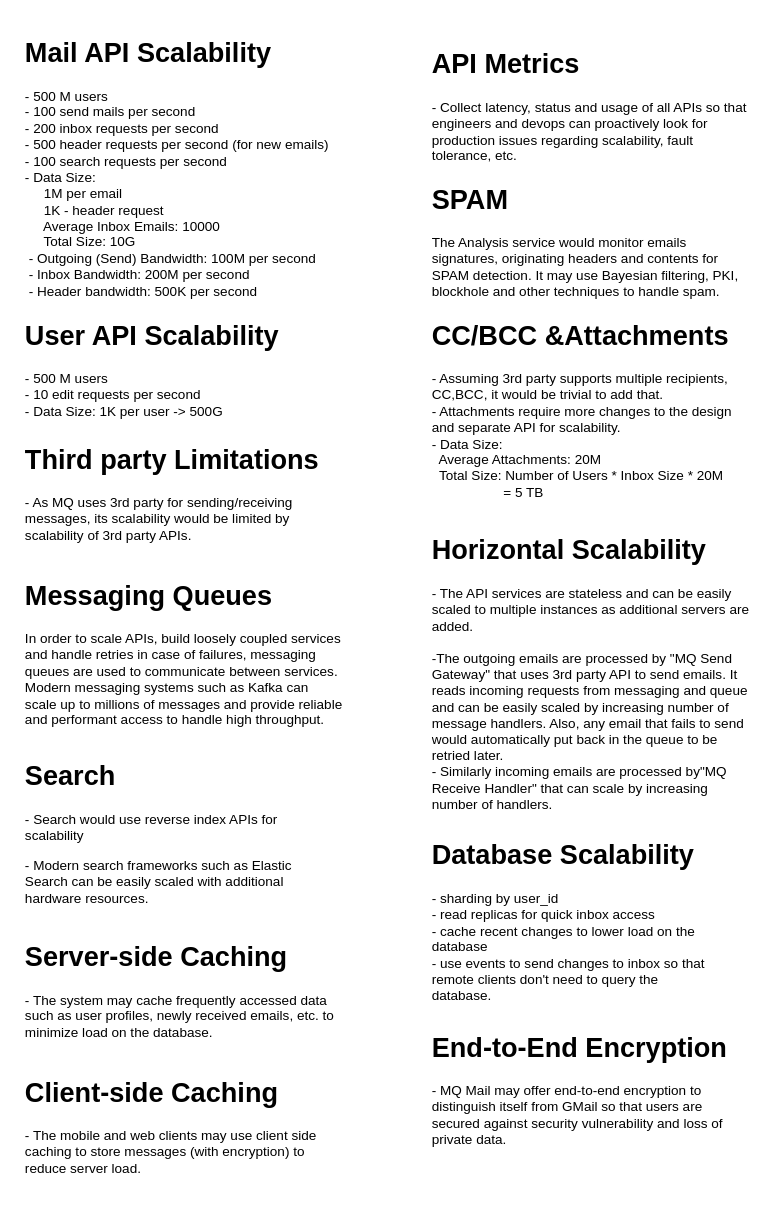
This is page "Scalability" (4 of 4) of MQ Mail.drawio from bhatti/Aeron, a draw.io file, before an edit. Source tidied: cells renumbered, new cells numbered last; positions are measured from the earlier drawing's top-left corner, leaving out a move shared by most shapes. Both pictures are drawn from the tidied source at 113%, with x=0, y=0 at pixel (19, 31).
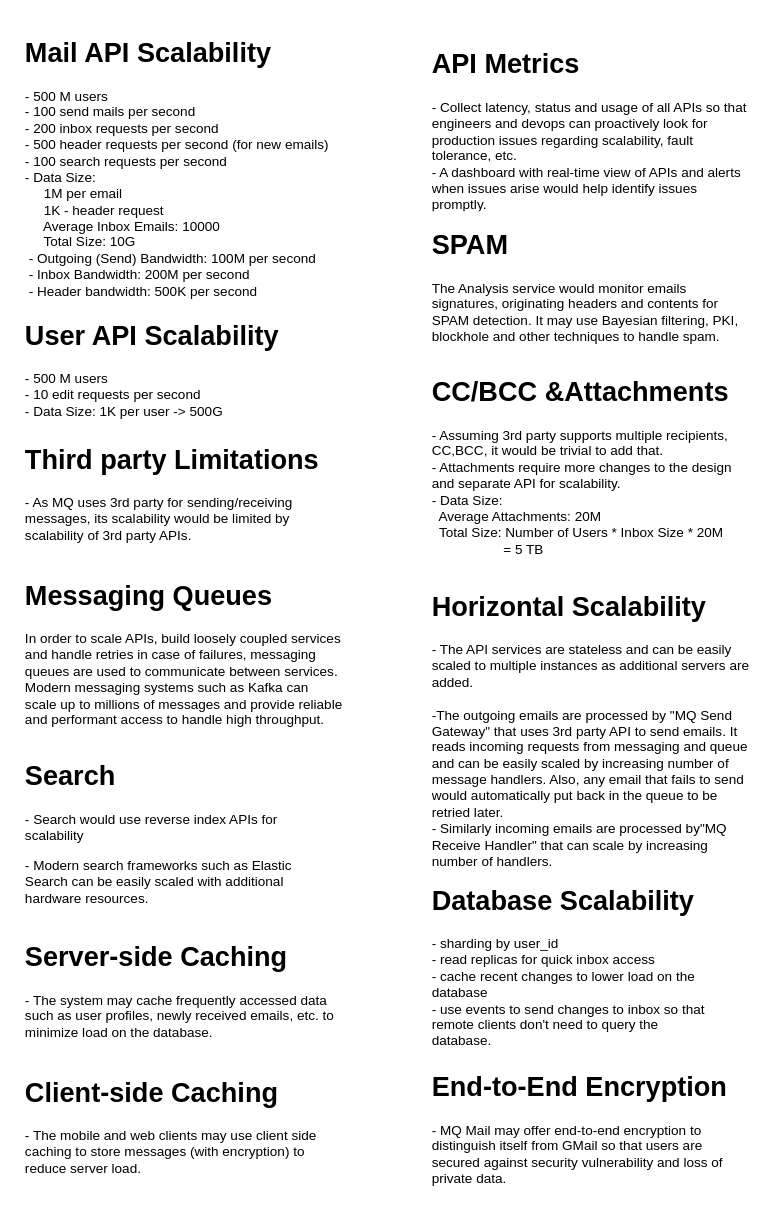
The same page after the edit.

Change to the diagram source:
```diff
@@
 <mxGraphModel>
   <root>
     <mxCell id="0" />
     <mxCell id="1" parent="0" />
     <mxCell id="2" value="&lt;h1&gt;Third party Limitations&lt;br&gt;&lt;/h1&gt;- As MQ uses 3rd party for sending/receiving messages, its scalability would be limited by scalability of 3rd party APIs." style="text;html=1;strokeColor=none;fillColor=none;spacing=5;spacingTop=-20;whiteSpace=wrap;overflow=hidden;rounded=0;" parent="1" vertex="1">
       <mxGeometry y="360" width="290" height="110" as="geometry" />
     </mxCell>
     <mxCell id="3" value="&lt;h1&gt;Messaging Queues&lt;br&gt;&lt;/h1&gt;In order to scale APIs, build loosely coupled services and handle retries in case of failures, messaging queues are used to communicate between services. Modern messaging systems such as Kafka can scale up to millions of messages and provide reliable and performant access to handle high throughput." style="text;html=1;strokeColor=none;fillColor=none;spacing=5;spacingTop=-20;whiteSpace=wrap;overflow=hidden;rounded=0;" parent="1" vertex="1">
       <mxGeometry y="480" width="290" height="140" as="geometry" />
     </mxCell>
     <mxCell id="4" value="&lt;h1&gt;SPAM&lt;br&gt;&lt;/h1&gt;The Analysis service would monitor emails signatures, originating headers and contents for SPAM detection. It may use Bayesian filtering, PKI, blockhole and other techniques to handle spam." style="text;html=1;strokeColor=none;fillColor=none;spacing=5;spacingTop=-20;whiteSpace=wrap;overflow=hidden;rounded=0;" parent="1" vertex="1">
-      <mxGeometry x="360" y="130" width="290" height="120" as="geometry" />
+      <mxGeometry x="360" y="170" width="290" height="120" as="geometry" />
     </mxCell>
     <mxCell id="5" value="&lt;h1&gt;Mail API Scalability&lt;br&gt;&lt;/h1&gt;&lt;div&gt;- 500 M users&lt;/div&gt;&lt;div&gt;- 100 send mails per second&lt;/div&gt;&lt;div&gt;- 200 inbox requests per second&lt;br&gt;&lt;/div&gt;&lt;div&gt;- 500 header requests per second (for new emails)&lt;/div&gt;&lt;div&gt;- 100 search requests per second&lt;/div&gt;&lt;div&gt;- Data Size: &lt;br&gt;&amp;nbsp;&amp;nbsp;&amp;nbsp;&amp;nbsp; 1M per email&lt;br&gt;&amp;nbsp;&amp;nbsp;&amp;nbsp;&amp;nbsp; 1K - header request&lt;br&gt;&amp;nbsp;&amp;nbsp;&amp;nbsp;&amp;nbsp; Average Inbox Emails: 10000&lt;br&gt;&amp;nbsp;&amp;nbsp;&amp;nbsp;&amp;nbsp; Total Size: 10G&lt;br&gt;&amp;nbsp;- Outgoing (Send) Bandwidth: 100M per second&lt;br&gt;&amp;nbsp;- Inbox Bandwidth: 200M per second&lt;br&gt;&amp;nbsp;- Header bandwidth: 500K per second&lt;br&gt;&lt;br&gt;&lt;/div&gt;" style="text;html=1;strokeColor=none;fillColor=none;spacing=5;spacingTop=-20;whiteSpace=wrap;overflow=hidden;rounded=0;" parent="1" vertex="1">
       <mxGeometry width="290" height="260" as="geometry" />
     </mxCell>
     <mxCell id="6" value="&lt;h1&gt;User API Scalability&lt;br&gt;&lt;/h1&gt;&lt;div&gt;- 500 M users&lt;/div&gt;&lt;div&gt;- 10 edit requests per second&lt;/div&gt;&lt;div&gt;- Data Size: 1K per user -&amp;gt; 500G&lt;br&gt;&lt;/div&gt;&amp;nbsp; " style="text;html=1;strokeColor=none;fillColor=none;spacing=5;spacingTop=-20;whiteSpace=wrap;overflow=hidden;rounded=0;" parent="1" vertex="1">
       <mxGeometry y="250" width="290" height="110" as="geometry" />
     </mxCell>
     <mxCell id="7" value="&lt;h1&gt;CC/BCC &amp;amp;Attachments&lt;br&gt;&lt;/h1&gt;- Assuming 3rd party supports multiple recipients, CC,BCC, it would be trivial to add that.&lt;br&gt;- Attachments require more changes to the design and separate API for scalability.&lt;br&gt;- Data Size: &lt;br&gt;&amp;nbsp; Average Attachments: 20M&lt;br&gt;&amp;nbsp; Total Size: Number of Users * Inbox Size * 20M&lt;br&gt;&amp;nbsp;&amp;nbsp;&amp;nbsp;&amp;nbsp;&amp;nbsp;&amp;nbsp;&amp;nbsp;&amp;nbsp;&amp;nbsp;&amp;nbsp;&amp;nbsp;&amp;nbsp;&amp;nbsp;&amp;nbsp;&amp;nbsp;&amp;nbsp;&amp;nbsp;&amp;nbsp; = 5 TB" style="text;html=1;strokeColor=none;fillColor=none;spacing=5;spacingTop=-20;whiteSpace=wrap;overflow=hidden;rounded=0;" parent="1" vertex="1">
-      <mxGeometry x="360" y="250" width="290" height="180" as="geometry" />
+      <mxGeometry x="360" y="300" width="290" height="180" as="geometry" />
     </mxCell>
-    <mxCell id="8" value="&lt;h1&gt;API Metrics&lt;br&gt;&lt;/h1&gt;- Collect latency, status and usage of all APIs so that engineers and devops can proactively look for production issues regarding scalability, fault tolerance, etc." style="text;html=1;strokeColor=none;fillColor=none;spacing=5;spacingTop=-20;whiteSpace=wrap;overflow=hidden;rounded=0;" parent="1" vertex="1">
-      <mxGeometry x="360" y="10" width="290" height="110" as="geometry" />
+    <mxCell id="8" value="&lt;h1&gt;API Metrics&lt;br&gt;&lt;/h1&gt;&lt;div&gt;- Collect latency, status and usage of all APIs so that engineers and devops can proactively look for production issues regarding scalability, fault tolerance, etc.&lt;/div&gt;&lt;div&gt;- A dashboard with real-time view of APIs and alerts when issues arise would help identify issues promptly.&lt;br&gt;&lt;/div&gt;" style="text;html=1;strokeColor=none;fillColor=none;spacing=5;spacingTop=-20;whiteSpace=wrap;overflow=hidden;rounded=0;" parent="1" vertex="1">
+      <mxGeometry x="360" y="10" width="290" height="150" as="geometry" />
     </mxCell>
     <mxCell id="9" value="&lt;h1&gt;Horizontal Scalability&lt;br&gt;&lt;/h1&gt;&lt;div&gt;- The API services are stateless and can be easily scaled to multiple instances as additional servers are added.&lt;/div&gt;&lt;div&gt;&lt;br&gt;&lt;/div&gt;-The outgoing emails are processed by &quot;MQ Send Gateway&quot; that uses 3rd party API to send emails. It reads incoming requests from messaging and queue and can be easily scaled by increasing number of message handlers. Also, any email that fails to send would automatically put back in the queue to be retried later.&lt;br&gt;- Similarly incoming emails are processed by&quot;MQ Receive Handler&quot; that can scale by increasing number of handlers." style="text;html=1;strokeColor=none;fillColor=none;spacing=5;spacingTop=-20;whiteSpace=wrap;overflow=hidden;rounded=0;" parent="1" vertex="1">
-      <mxGeometry x="360" y="440" width="290" height="260" as="geometry" />
+      <mxGeometry x="360" y="490" width="290" height="260" as="geometry" />
     </mxCell>
     <mxCell id="10" value="&lt;h1&gt;Server-side Caching&lt;br&gt;&lt;/h1&gt;- The system may cache frequently accessed data such as user profiles, newly received emails, etc. to minimize load on the database." style="text;html=1;strokeColor=none;fillColor=none;spacing=5;spacingTop=-20;whiteSpace=wrap;overflow=hidden;rounded=0;" parent="1" vertex="1">
       <mxGeometry y="800" width="290" height="110" as="geometry" />
     </mxCell>
     <mxCell id="11" value="&lt;h1&gt;End-to-End Encryption&lt;br&gt;&lt;/h1&gt;- MQ Mail may offer end-to-end encryption to distinguish itself from GMail so that users are secured against security vulnerability and loss of private data." style="text;html=1;strokeColor=none;fillColor=none;spacing=5;spacingTop=-20;whiteSpace=wrap;overflow=hidden;rounded=0;" parent="1" vertex="1">
-      <mxGeometry x="360" y="880" width="290" height="110" as="geometry" />
+      <mxGeometry x="360" y="915" width="290" height="110" as="geometry" />
     </mxCell>
     <mxCell id="12" value="&lt;h1&gt;Database Scalability&lt;br&gt;&lt;/h1&gt;&lt;p&gt;- sharding by user_id&lt;br&gt;- read replicas for quick inbox access&lt;br&gt;- cache recent changes to lower load on the database&lt;br&gt;- use events to send changes to inbox so that remote clients don't need to query the database.&lt;br&gt;&lt;/p&gt;" style="text;html=1;strokeColor=none;fillColor=none;spacing=5;spacingTop=-20;whiteSpace=wrap;overflow=hidden;rounded=0;" parent="1" vertex="1">
-      <mxGeometry x="360" y="710" width="260" height="160" as="geometry" />
+      <mxGeometry x="360" y="750" width="260" height="160" as="geometry" />
     </mxCell>
     <mxCell id="13" value="&lt;h1&gt;Search&lt;br&gt;&lt;/h1&gt;&lt;p&gt;- Search would use reverse index APIs for scalability&lt;/p&gt;&lt;p&gt;- Modern search frameworks such as Elastic Search can be easily scaled with additional hardware resources.&lt;br&gt;&lt;/p&gt;" style="text;html=1;strokeColor=none;fillColor=none;spacing=5;spacingTop=-20;whiteSpace=wrap;overflow=hidden;rounded=0;" parent="1" vertex="1">
       <mxGeometry y="640" width="260" height="150" as="geometry" />
     </mxCell>
     <mxCell id="14" value="&lt;h1&gt;Client-side Caching&lt;br&gt;&lt;/h1&gt;- The mobile and web clients may use client side caching to store messages (with encryption) to reduce server load." style="text;html=1;strokeColor=none;fillColor=none;spacing=5;spacingTop=-20;whiteSpace=wrap;overflow=hidden;rounded=0;" parent="1" vertex="1">
       <mxGeometry y="920" width="290" height="100" as="geometry" />
     </mxCell>
   </root>
 </mxGraphModel>
```
